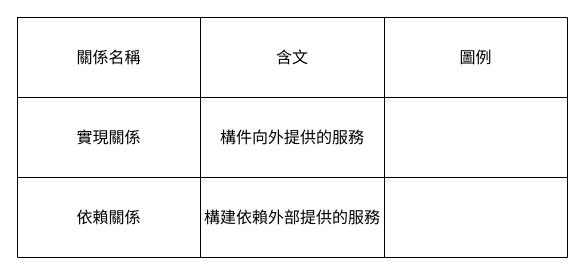
Earlier version of the draw.io diagram 2.drawio (rekcahtsebeht/SM). Source tidied: cells renumbered, new cells numbered last; positions are measured from the earlier drawing's top-left corner, leaving out a move shared by most shapes. Both pictures are drawn from the tidied source at 100%, with x=0, y=0 at pixel (17, 17).
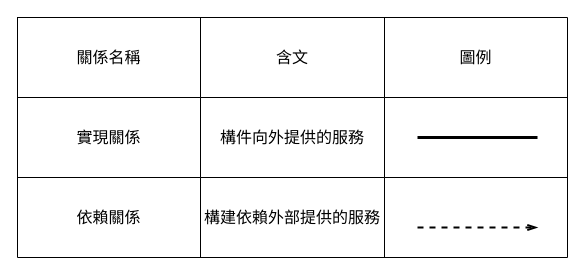
After the change.

What changed in the source:
```diff
@@
 <mxGraphModel>
   <root>
     <mxCell id="0" />
     <mxCell id="1" parent="0" />
     <mxCell id="2" style="shape=table;startSize=0;childLayout=tableLayout;fontSize=16;" parent="1" vertex="1">
       <mxGeometry width="550" height="240" as="geometry" />
     </mxCell>
     <mxCell id="3" style="shape=tableRow;horizontal=0;startSize=0;swimlaneHead=0;swimlaneBody=0;strokeColor=inherit;top=0;left=0;bottom=0;right=0;fillColor=none;fontSize=16;" parent="2" vertex="1">
       <mxGeometry width="550" height="80" as="geometry" />
     </mxCell>
     <mxCell id="4" value="關係名稱" style="shape=partialRectangle;html=1;whiteSpace=wrap;strokeColor=inherit;overflow=hidden;fillColor=none;top=0;left=0;bottom=0;right=0;fontSize=16;" parent="3" vertex="1">
       <mxGeometry width="183" height="80" as="geometry" />
     </mxCell>
     <mxCell id="5" value="含文" style="shape=partialRectangle;html=1;whiteSpace=wrap;strokeColor=inherit;overflow=hidden;fillColor=none;top=0;left=0;bottom=0;right=0;fontSize=16;" parent="3" vertex="1">
       <mxGeometry x="183" width="184" height="80" as="geometry" />
     </mxCell>
     <mxCell id="6" value="圖例" style="shape=partialRectangle;html=1;whiteSpace=wrap;strokeColor=inherit;overflow=hidden;fillColor=none;top=0;left=0;bottom=0;right=0;fontSize=16;" parent="3" vertex="1">
       <mxGeometry x="367" width="183" height="80" as="geometry" />
     </mxCell>
     <mxCell id="7" style="shape=tableRow;horizontal=0;startSize=0;swimlaneHead=0;swimlaneBody=0;strokeColor=inherit;top=0;left=0;bottom=0;right=0;fillColor=none;fontSize=16;" parent="2" vertex="1">
       <mxGeometry y="80" width="550" height="80" as="geometry" />
     </mxCell>
     <mxCell id="8" value="實現關係" style="shape=partialRectangle;html=1;whiteSpace=wrap;strokeColor=inherit;overflow=hidden;fillColor=none;top=0;left=0;bottom=0;right=0;fontSize=16;" parent="7" vertex="1">
       <mxGeometry width="183" height="80" as="geometry" />
     </mxCell>
     <mxCell id="9" value="構件向外提供的服務" style="shape=partialRectangle;html=1;whiteSpace=wrap;strokeColor=inherit;overflow=hidden;fillColor=none;top=0;left=0;bottom=0;right=0;fontSize=16;" parent="7" vertex="1">
       <mxGeometry x="183" width="184" height="80" as="geometry" />
     </mxCell>
     <mxCell id="10" style="shape=partialRectangle;html=1;whiteSpace=wrap;strokeColor=inherit;overflow=hidden;fillColor=none;top=0;left=0;bottom=0;right=0;fontSize=16;" parent="7" vertex="1">
       <mxGeometry x="367" width="183" height="80" as="geometry" />
     </mxCell>
     <mxCell id="11" style="shape=tableRow;horizontal=0;startSize=0;swimlaneHead=0;swimlaneBody=0;strokeColor=inherit;top=0;left=0;bottom=0;right=0;fillColor=none;fontSize=16;" parent="2" vertex="1">
       <mxGeometry y="160" width="550" height="80" as="geometry" />
     </mxCell>
     <mxCell id="12" value="依賴關係" style="shape=partialRectangle;html=1;whiteSpace=wrap;strokeColor=inherit;overflow=hidden;fillColor=none;top=0;left=0;bottom=0;right=0;fontSize=16;" parent="11" vertex="1">
       <mxGeometry width="183" height="80" as="geometry" />
     </mxCell>
     <mxCell id="13" value="構建依賴外部提供的服務" style="shape=partialRectangle;html=1;whiteSpace=wrap;strokeColor=inherit;overflow=hidden;fillColor=none;top=0;left=0;bottom=0;right=0;fontSize=16;" parent="11" vertex="1">
       <mxGeometry x="183" width="184" height="80" as="geometry" />
     </mxCell>
     <mxCell id="14" style="shape=partialRectangle;html=1;whiteSpace=wrap;strokeColor=inherit;overflow=hidden;fillColor=none;top=0;left=0;bottom=0;right=0;fontSize=16;" parent="11" vertex="1">
       <mxGeometry x="367" width="183" height="80" as="geometry" />
     </mxCell>
+    <mxCell id="15" style="endArrow=none;html=1;rounded=0;strokeWidth=3;" parent="1" edge="1">
+      <mxGeometry relative="1" as="geometry">
+        <mxPoint x="520" y="120" as="sourcePoint" />
+        <mxPoint x="400" y="120" as="targetPoint" />
+      </mxGeometry>
+    </mxCell>
+    <mxCell id="16" style="endArrow=openThin;html=1;rounded=0;dashed=1;endFill=0;strokeWidth=2;" parent="1" edge="1">
+      <mxGeometry relative="1" as="geometry">
+        <mxPoint x="400" y="210" as="sourcePoint" />
+        <mxPoint x="520" y="210" as="targetPoint" />
+      </mxGeometry>
+    </mxCell>
   </root>
 </mxGraphModel>
```
